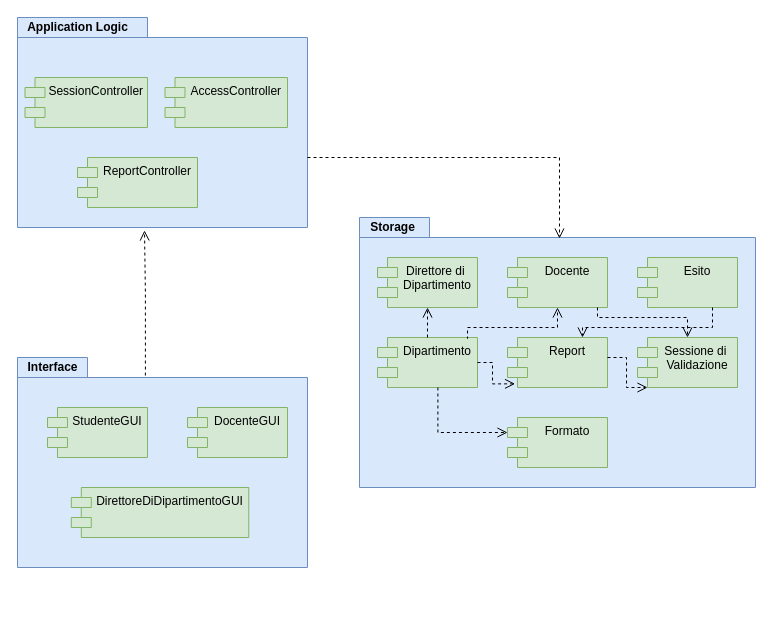
Above: Documentazione/Resources/Component Diagram/Component Diagram.drawio in Alberto-00/EasyPass (draw.io), before the change. Source tidied: cells renumbered, new cells numbered last; positions are measured from the earlier drawing's top-left corner, leaving out a move shared by most shapes. Both pictures are drawn from the tidied source at 100%, with x=0, y=0 at pixel (17, 17).
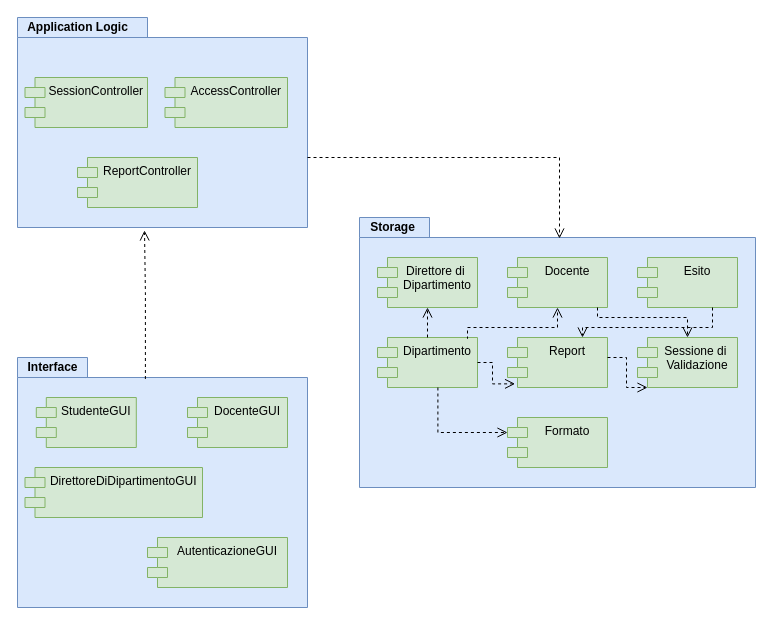
Above is the later version.

Commit message (it also covers changes not shown here):
Diagrammi UML

What changed in the source:
```diff
@@
     <mxCell id="5" style="shape=folder;fontStyle=1;spacingTop=10;tabWidth=70;tabHeight=20;tabPosition=left;html=1;fillColor=#dae8fc;strokeColor=#6c8ebf;" parent="1" vertex="1">
-      <mxGeometry y="340" width="290" height="210" as="geometry" />
+      <mxGeometry y="340" width="290" height="250" as="geometry" />
     </mxCell>
@@
     <mxCell id="25" value="StudenteGUI" style="shape=module;align=left;spacingLeft=20;align=center;verticalAlign=top;fillColor=#d5e8d4;strokeColor=#82b366;" parent="1" vertex="1">
-      <mxGeometry x="30" y="390" width="100" height="50" as="geometry" />
+      <mxGeometry x="18.8" y="380" width="100" height="50" as="geometry" />
     </mxCell>
     <mxCell id="26" value="DocenteGUI" style="shape=module;align=left;spacingLeft=20;align=center;verticalAlign=top;fillColor=#d5e8d4;strokeColor=#82b366;" parent="1" vertex="1">
-      <mxGeometry x="170" y="390" width="100" height="50" as="geometry" />
+      <mxGeometry x="170" y="380" width="100" height="50" as="geometry" />
     </mxCell>
     <mxCell id="27" value="DirettoreDiDipartimentoGUI" style="shape=module;align=left;spacingLeft=20;align=center;verticalAlign=top;fillColor=#d5e8d4;strokeColor=#82b366;" parent="1" vertex="1">
-      <mxGeometry x="53.8" y="470" width="177.5" height="50" as="geometry" />
+      <mxGeometry x="7.5" y="450" width="177.5" height="50" as="geometry" />
     </mxCell>
@@
+    <mxCell id="30" value="AutenticazioneGUI" style="shape=module;align=left;spacingLeft=20;align=center;verticalAlign=top;fillColor=#d5e8d4;strokeColor=#82b366;" parent="1" vertex="1">
+      <mxGeometry x="130" y="520" width="140" height="50" as="geometry" />
+    </mxCell>
```
